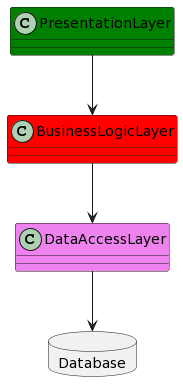
Before: Layered/Layered.png, a diagram exported from PlantUML (BackendDev-Homebase/Architectures). Source of this version:
```plantuml
@startuml
allowmixing

class PresentationLayer #green
class BusinessLogicLayer #red
class DataAccessLayer #violet
database Database

PresentationLayer -down-> BusinessLogicLayer
BusinessLogicLayer -down-> DataAccessLayer
DataAccessLayer -down-> Database
@enduml
```
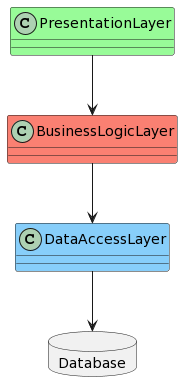
Later version of the same file.

What changed in the source:
```diff
@@ -1,9 +1,9 @@
 @startuml
 allowmixing
 
-class PresentationLayer #green
-class BusinessLogicLayer #red
-class DataAccessLayer #violet
+class PresentationLayer #PaleGreen
+class BusinessLogicLayer #Salmon
+class DataAccessLayer #LightSkyBlue
 database Database
 
 PresentationLayer -down-> BusinessLogicLayer
```
